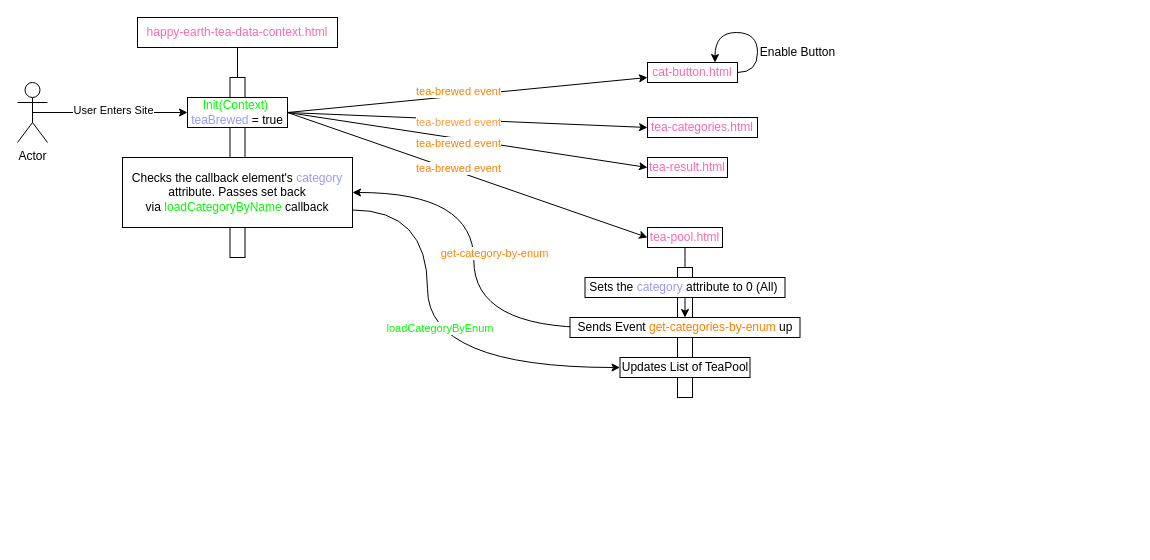
Earlier version of the draw.io diagram InitalizationDiagram.drawio (Peter-Kang/HappyEarthTeaPicker). Source tidied: cells renumbered, new cells numbered last; positions are measured from the earlier drawing's top-left corner, leaving out a move shared by most shapes. Both pictures are drawn from the tidied source at 100%, with x=0, y=0 at pixel (17, 17).
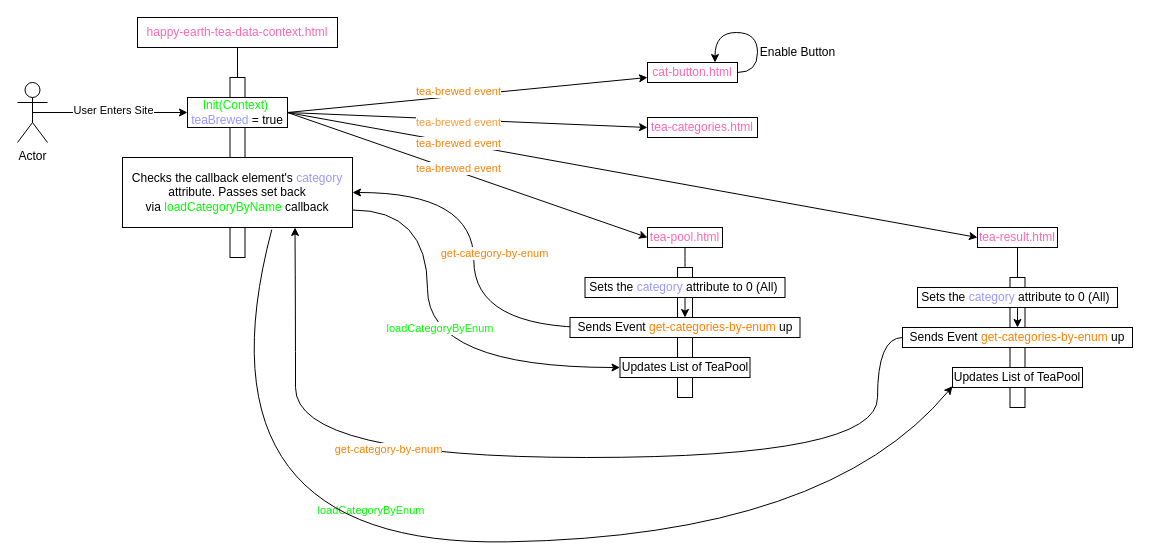
After the change.

Unchanged cells that the change refers to:
```xml
<mxCell id="32" value="Checks the callback element's &lt;font color=&quot;#9999ff&quot;&gt;category &lt;/font&gt;attribute. Passes set back via&amp;nbsp;&lt;font color=&quot;#00ff00&quot;&gt;loadCategoryByName&lt;/font&gt; callback" style="rounded=0;whiteSpace=wrap;html=1;" parent="1" vertex="1">
  <mxGeometry x="105" y="140" width="230" height="70" as="geometry" />
</mxCell>
```

What changed in the source:
```diff
@@
     <mxCell id="5" value="&lt;font color=&quot;#ff66b3&quot;&gt;tea-result.html&lt;/font&gt;" style="rounded=0;whiteSpace=wrap;html=1;" parent="1" vertex="1">
-      <mxGeometry x="630" y="140" width="80" height="20" as="geometry" />
+      <mxGeometry x="960" y="210" width="80" height="20" as="geometry" />
     </mxCell>
@@
+    <mxCell id="34" style="rounded=0;whiteSpace=wrap;html=1;" parent="1" vertex="1">
+      <mxGeometry x="992.5" y="260" width="15" height="130" as="geometry" />
+    </mxCell>
+    <mxCell id="35" style="edgeStyle=orthogonalEdgeStyle;curved=1;rounded=0;jettySize=auto;html=1;exitX=0.5;exitY=1;exitDx=0;exitDy=0;entryX=0.5;entryY=0;entryDx=0;entryDy=0;" parent="1" edge="1" source="36" target="38">
+      <mxGeometry relative="1" as="geometry" />
+    </mxCell>
+    <mxCell id="36" value="Sets the &lt;font color=&quot;#9999ff&quot;&gt;category &lt;/font&gt;attribute to 0 (All)&amp;nbsp;" style="rounded=0;whiteSpace=wrap;html=1;" parent="1" vertex="1">
+      <mxGeometry x="900" y="270" width="200" height="20" as="geometry" />
+    </mxCell>
+    <mxCell id="37" value="Updates List of TeaPool" style="whiteSpace=wrap;html=1;" parent="1" vertex="1">
+      <mxGeometry x="935" y="350" width="130" height="20" as="geometry" />
+    </mxCell>
+    <mxCell id="38" value="Sends Event&amp;nbsp;&lt;font color=&quot;#ff8000&quot;&gt;get-categories-by-enum&lt;/font&gt; up" style="rounded=0;whiteSpace=wrap;html=1;" parent="1" vertex="1">
+      <mxGeometry x="885" y="310" width="230" height="20" as="geometry" />
+    </mxCell>
+    <mxCell id="39" style="endArrow=none;html=1;rounded=0;entryX=0.5;entryY=1;entryDx=0;entryDy=0;exitX=0.5;exitY=0;exitDx=0;exitDy=0;" parent="1" edge="1" source="34" target="5">
+      <mxGeometry relative="1" as="geometry" />
+    </mxCell>
+    <mxCell id="40" style="edgeStyle=orthogonalEdgeStyle;curved=1;rounded=0;jettySize=auto;html=1;exitX=0;exitY=0.5;exitDx=0;exitDy=0;entryX=0.75;entryY=1;entryDx=0;entryDy=0;" parent="1" edge="1" source="38" target="32">
+      <mxGeometry relative="1" as="geometry">
+        <Array as="points">
+          <mxPoint x="860" y="320" />
+          <mxPoint x="860" y="440" />
+          <mxPoint x="278" y="440" />
+          <mxPoint x="278" y="300" />
+          <mxPoint x="278" y="300" />
+        </Array>
+      </mxGeometry>
+    </mxCell>
+    <mxCell id="41" value="&lt;font color=&quot;#ff8000&quot;&gt;get-category-by-enum&lt;/font&gt;" style="edgeLabel;html=1;align=center;verticalAlign=middle;" parent="40" vertex="1">
+      <mxGeometry x="0.55" y="11" relative="1" as="geometry">
+        <mxPoint x="103" y="6" as="offset" />
+      </mxGeometry>
+    </mxCell>
+    <mxCell id="42" value="&lt;font color=&quot;#00ff00&quot;&gt;loadCategoryByEnum&amp;nbsp;&lt;/font&gt;" style="edgeLabel;html=1;align=center;verticalAlign=middle;" parent="1" vertex="1">
+      <mxGeometry x="360" y="470" as="geometry">
+        <mxPoint x="-6" y="22" as="offset" />
+      </mxGeometry>
+    </mxCell>
+    <mxCell id="43" style="curved=1;endArrow=classic;html=1;rounded=0;entryX=0;entryY=0.5;entryDx=0;entryDy=0;exitX=0.649;exitY=1.031;exitDx=0;exitDy=0;exitPerimeter=0;" parent="1" edge="1" source="32">
+      <mxGeometry relative="1" as="geometry">
+        <mxPoint x="935" y="368.7" as="targetPoint" />
+        <Array as="points">
+          <mxPoint x="170" y="530" />
+          <mxPoint x="810" y="518.7" />
+        </Array>
+      </mxGeometry>
+    </mxCell>
```
